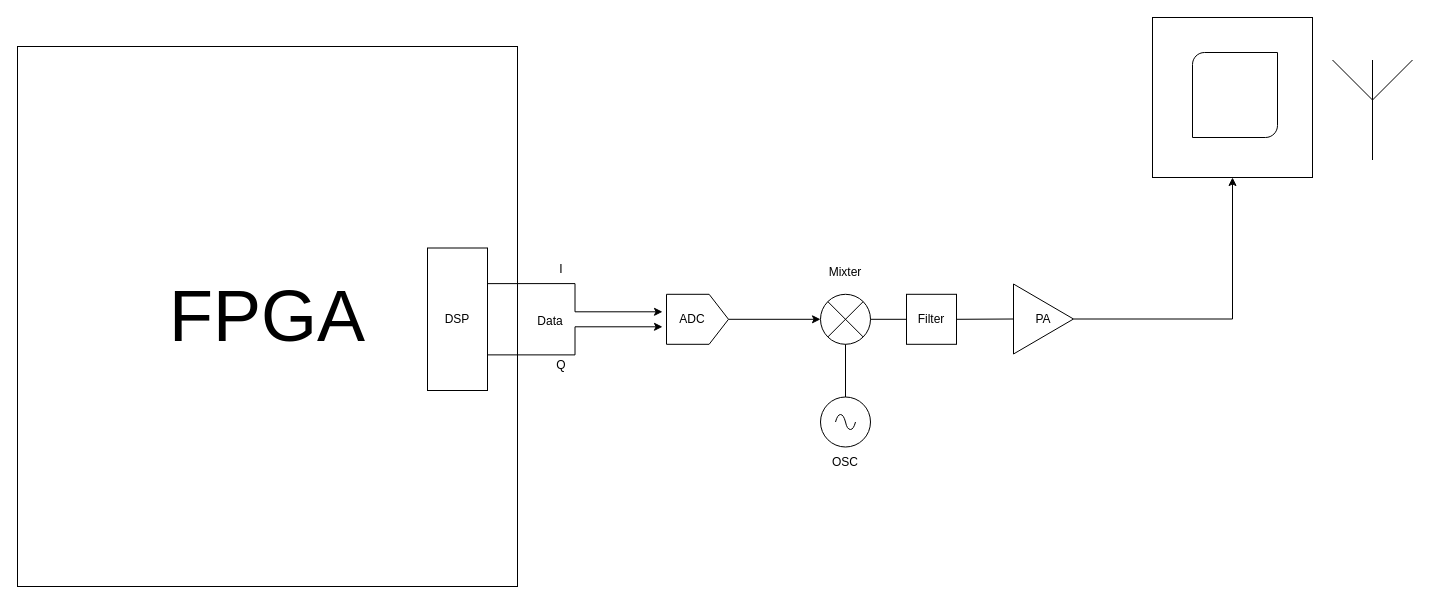
spacelab-ufsc/sband-transmitter keeps this draw.io diagram as sys-diagram.drawio. Above is the earlier version. Source tidied: cells renumbered, new cells numbered last; positions are measured from the earlier drawing's top-left corner, leaving out a move shared by most shapes. Both pictures are drawn from the tidied source at 100%, with x=0, y=0 at pixel (17, 17).
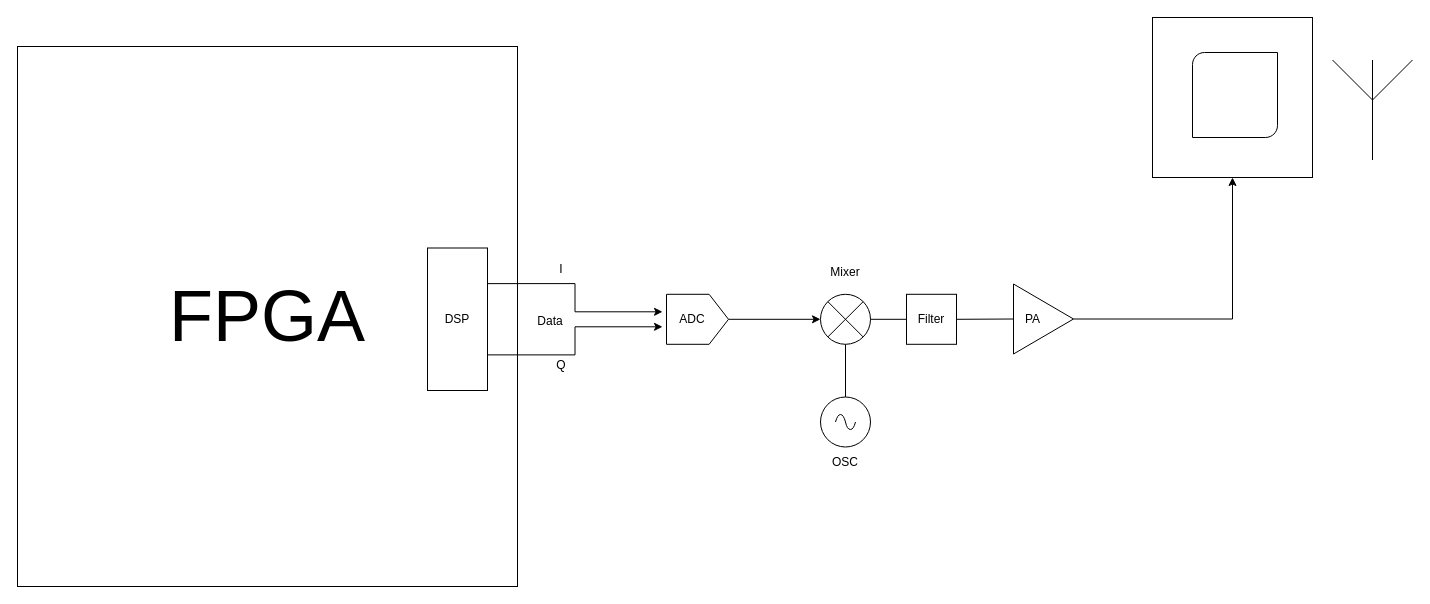
The same page after the edit.

Commit message:
main: sys-diagram file edited

Diff of the diagram source:
```diff
@@
-    <mxCell id="12" value="Mixter" style="text;strokeColor=none;align=center;fillColor=none;html=1;verticalAlign=middle;whiteSpace=wrap;rounded=0;" parent="1" vertex="1">
+    <mxCell id="12" value="Mix&lt;span style=&quot;background-color: transparent; color: light-dark(rgb(0, 0, 0), rgb(255, 255, 255));&quot;&gt;er&lt;/span&gt;" style="text;strokeColor=none;align=center;fillColor=none;html=1;verticalAlign=middle;whiteSpace=wrap;rounded=0;" parent="1" vertex="1">
       <mxGeometry x="798" y="239.5" width="60" height="30" as="geometry" />
     </mxCell>
@@
-    <mxCell id="16" value="PA" style="triangle;whiteSpace=wrap;html=1;" parent="1" vertex="1">
+    <mxCell id="16" value="&amp;nbsp; &amp;nbsp;PA" style="triangle;whiteSpace=wrap;html=1;align=left;" parent="1" vertex="1">
       <mxGeometry x="996" y="266.5" width="60" height="70" as="geometry" />
     </mxCell>
```
